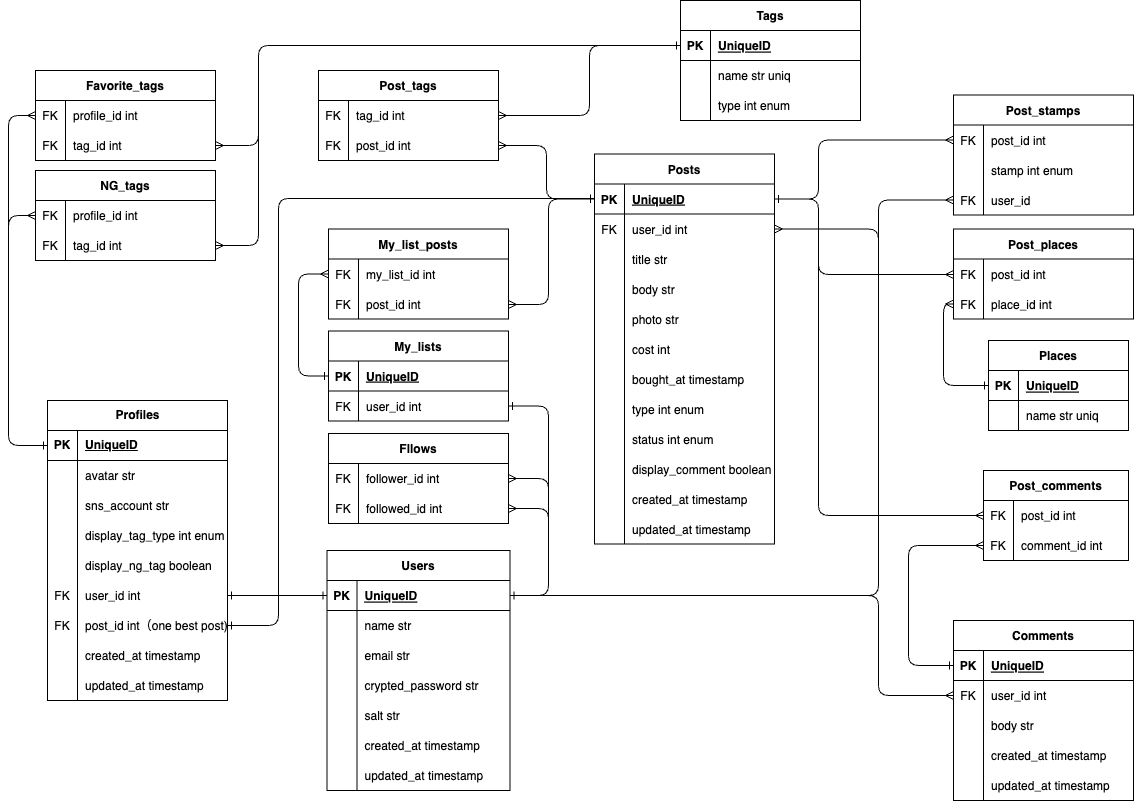
Before: ERD.drawio.png, a diagram exported from draw.io (yaJI02/OshiGoodsGallery). Source tidied: cells renumbered, new cells last; positions are measured from the earlier drawing's top-left corner, leaving out a move shared by most shapes.
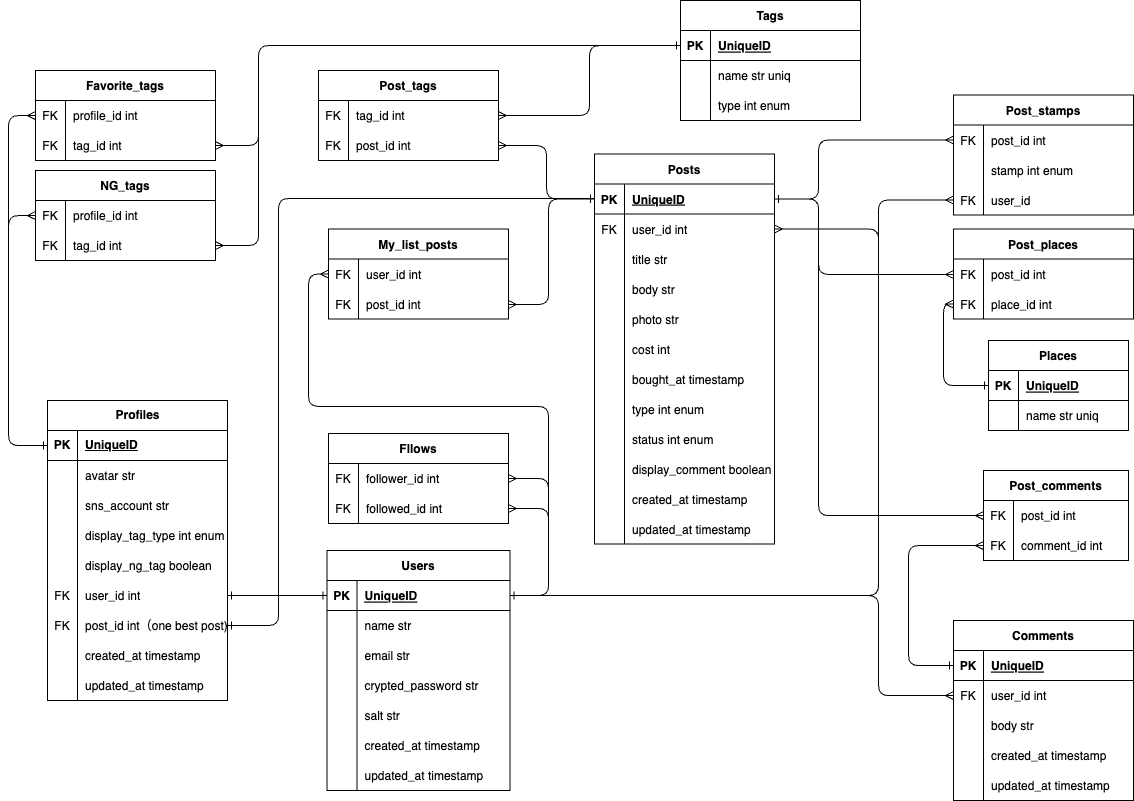
Later version of the same file.

Diff of the diagram source:
```diff
@@ -634,27 +634,6 @@
         </Array>
       </mxGeometry>
     </mxCell>
-    <mxCell id="191" value="My_lists" style="shape=table;startSize=30;rowLines=0;fontStyle=1;align=center;" parent="1" vertex="1">
-      <mxGeometry x="320" y="330.5" width="180" height="90" as="geometry" />
-    </mxCell>
-    <mxCell id="192" style="shape=tableRow;horizontal=0;startSize=0;swimlaneHead=0;swimlaneBody=0;fillColor=none;points=[[0,0.5],[1,0.5]];portConstraint=eastwest;top=0;left=0;right=0;bottom=1;" parent="191" vertex="1">
-      <mxGeometry y="30" width="180" height="30" as="geometry" />
-    </mxCell>
-    <mxCell id="193" value="PK" style="shape=partialRectangle;fillColor=none;top=0;left=0;bottom=0;right=0;fontStyle=1;overflow=hidden;" parent="192" vertex="1">
-      <mxGeometry width="30" height="30" as="geometry" />
-    </mxCell>
-    <mxCell id="194" value="UniqueID" style="shape=partialRectangle;fillColor=none;top=0;left=0;bottom=0;right=0;align=left;spacingLeft=6;fontStyle=5;overflow=hidden;" parent="192" vertex="1">
-      <mxGeometry x="30" width="150" height="30" as="geometry" />
-    </mxCell>
-    <mxCell id="195" style="shape=tableRow;horizontal=0;startSize=0;swimlaneHead=0;swimlaneBody=0;fillColor=none;points=[[0,0.5],[1,0.5]];portConstraint=eastwest;top=0;left=0;right=0;bottom=0;" parent="191" vertex="1">
-      <mxGeometry y="60" width="180" height="30" as="geometry" />
-    </mxCell>
-    <mxCell id="196" value="FK" style="shape=partialRectangle;fillColor=none;top=0;left=0;bottom=0;right=0;overflow=hidden;" parent="195" vertex="1">
-      <mxGeometry width="30" height="30" as="geometry" />
-    </mxCell>
-    <mxCell id="197" value="user_id int" style="shape=partialRectangle;fillColor=none;top=0;left=0;bottom=0;right=0;align=left;spacingLeft=6;overflow=hidden;" parent="195" vertex="1">
-      <mxGeometry x="30" width="150" height="30" as="geometry" />
-    </mxCell>
     <mxCell id="198" value="My_list_posts" style="shape=table;startSize=30;rowLines=0;fontStyle=1;align=center;" parent="1" vertex="1">
       <mxGeometry x="320" y="228.5" width="180" height="90" as="geometry" />
     </mxCell>
@@ -664,7 +643,7 @@
     <mxCell id="200" value="FK" style="shape=partialRectangle;fillColor=none;top=0;left=0;bottom=0;right=0;overflow=hidden;" parent="199" vertex="1">
       <mxGeometry width="30" height="30" as="geometry" />
     </mxCell>
-    <mxCell id="201" value="my_list_id int" style="shape=partialRectangle;fillColor=none;top=0;left=0;bottom=0;right=0;align=left;spacingLeft=6;overflow=hidden;" parent="199" vertex="1">
+    <mxCell id="201" value="user_id int" style="shape=partialRectangle;fillColor=none;top=0;left=0;bottom=0;right=0;align=left;spacingLeft=6;overflow=hidden;" parent="199" vertex="1">
       <mxGeometry x="30" width="150" height="30" as="geometry" />
     </mxCell>
     <mxCell id="202" style="shape=tableRow;horizontal=0;startSize=0;swimlaneHead=0;swimlaneBody=0;fillColor=none;points=[[0,0.5],[1,0.5]];portConstraint=eastwest;top=0;left=0;right=0;bottom=0;" parent="198" vertex="1">
@@ -684,17 +663,11 @@
         </Array>
       </mxGeometry>
     </mxCell>
-    <mxCell id="206" style="endArrow=ERone;html=1;exitX=0;exitY=0.5;exitDx=0;exitDy=0;entryX=0;entryY=0.5;entryDx=0;entryDy=0;rounded=1;strokeColor=default;edgeStyle=orthogonalEdgeStyle;startArrow=ERmany;startFill=0;endFill=0;" parent="1" edge="1" source="199" target="192">
-      <mxGeometry relative="1" as="geometry">
-        <Array as="points">
-          <mxPoint x="290" y="273" />
-          <mxPoint x="290" y="376" />
-        </Array>
-      </mxGeometry>
-    </mxCell>
-    <mxCell id="207" style="edgeStyle=orthogonalEdgeStyle;fontSize=12;html=1;endArrow=ERone;endFill=1;rounded=1;strokeColor=default;startArrow=ERone;startFill=0;exitX=1;exitY=0.5;exitDx=0;exitDy=0;" parent="1" edge="1" source="195" target="3">
+    <mxCell id="207" style="edgeStyle=orthogonalEdgeStyle;fontSize=12;html=1;endArrow=ERone;endFill=1;rounded=1;strokeColor=default;startArrow=ERmany;startFill=0;exitX=0;exitY=0.5;exitDx=0;exitDy=0;" parent="1" edge="1" source="199" target="3">
       <mxGeometry relative="1" as="geometry">
         <Array as="points">
+          <mxPoint x="300" y="274" />
+          <mxPoint x="300" y="406" />
           <mxPoint x="540" y="406" />
           <mxPoint x="540" y="595" />
         </Array>
```
